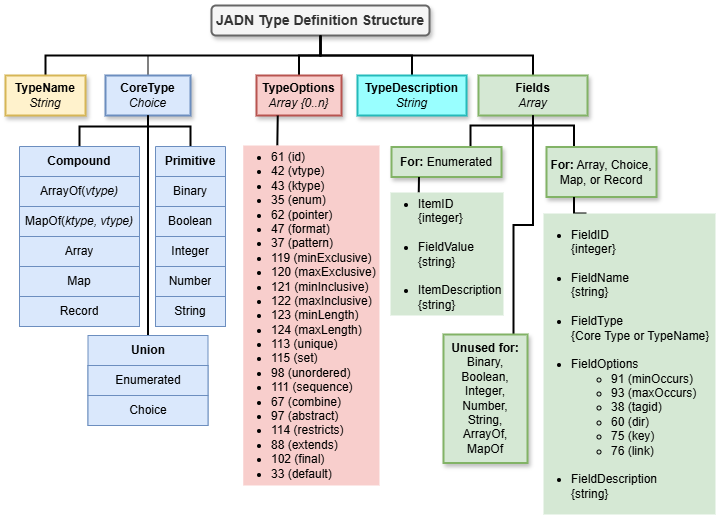
This is images/JADN-Type-Def-Structure.drawio.png from oasis-tcs/openc2-jadn-im, a draw.io export, as it was before one commit. Source tidied: cells renumbered, new cells last; positions are measured from the earlier drawing's top-left corner, leaving out a move shared by most shapes.
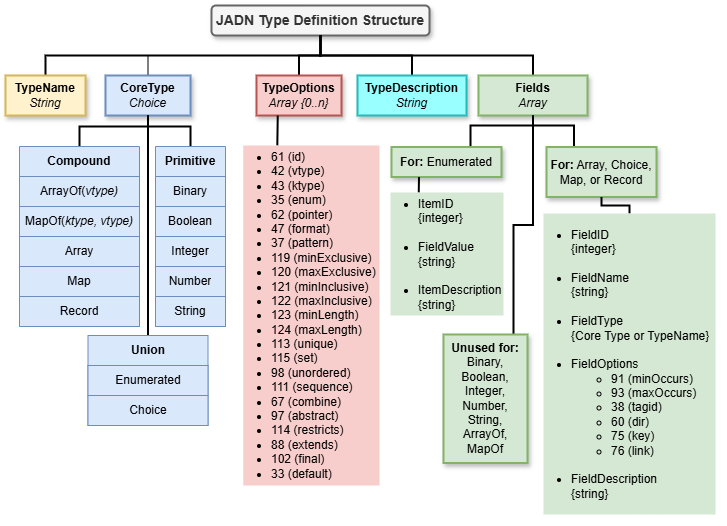
Above is the later version.

Commit message:
tweak figure connecting line

The edit, as a diff of the source:
```diff
@@ -112,8 +112,13 @@
     <mxCell id="36" value="&lt;b&gt;For:&lt;/b&gt; Array, Choice, Map, or Record" style="rounded=0;whiteSpace=wrap;html=1;fillColor=#d5e8d4;strokeColor=#82b366;strokeWidth=2;shadow=1;" parent="1" vertex="1">
       <mxGeometry x="541" y="141.5" width="110" height="50" as="geometry" />
     </mxCell>
-    <mxCell id="37" style="edgeStyle=orthogonalEdgeStyle;rounded=0;jettySize=auto;html=1;exitX=0.25;exitY=0;exitDx=0;exitDy=0;entryX=0.25;entryY=1;entryDx=0;entryDy=0;strokeWidth=2;endArrow=none;endFill=0;" parent="1" edge="1" source="38" target="36">
-      <mxGeometry relative="1" as="geometry" />
+    <mxCell id="37" style="rounded=0;jettySize=auto;html=1;exitX=0.5;exitY=0;exitDx=0;exitDy=0;entryX=0.5;entryY=1;entryDx=0;entryDy=0;strokeWidth=2;endArrow=none;endFill=0;edgeStyle=orthogonalEdgeStyle;" parent="1" edge="1" source="38" target="36">
+      <mxGeometry relative="1" as="geometry">
+        <Array as="points">
+          <mxPoint x="624" y="200" />
+          <mxPoint x="596" y="200" />
+        </Array>
+      </mxGeometry>
     </mxCell>
     <mxCell id="38" value="&lt;ul&gt;&lt;li&gt;FieldID&lt;br&gt;{integer}&lt;br&gt;&lt;br&gt;&lt;/li&gt;&lt;li&gt;FieldName&lt;br&gt;{string}&lt;br&gt;&lt;br&gt;&lt;/li&gt;&lt;li&gt;FieldType&lt;br&gt;{Core Type or TypeName}&lt;br&gt;&lt;br&gt;&lt;/li&gt;&lt;li&gt;FieldOptions&lt;/li&gt;&lt;ul&gt;&lt;li&gt;&lt;span style=&quot;background-color: initial;&quot;&gt;91 (minOccurs)&lt;/span&gt;&lt;/li&gt;&lt;li&gt;93 (maxOccurs)&lt;br&gt;&lt;/li&gt;&lt;li&gt;&lt;span style=&quot;background-color: initial;&quot;&gt;38 (tagid)&lt;/span&gt;&lt;/li&gt;&lt;li&gt;60 (dir)&lt;/li&gt;&lt;li&gt;75 (key)&lt;/li&gt;&lt;li&gt;76 (link)&lt;br&gt;&lt;br&gt;&lt;/li&gt;&lt;/ul&gt;&lt;li&gt;FieldDescription&lt;br&gt;{string}&lt;/li&gt;&lt;/ul&gt;" style="text;strokeColor=none;fillColor=#d5e8d4;html=1;whiteSpace=wrap;verticalAlign=middle;overflow=hidden;spacing=-12;" parent="1" vertex="1">
       <mxGeometry x="538" y="208" width="172" height="301" as="geometry" />
```
